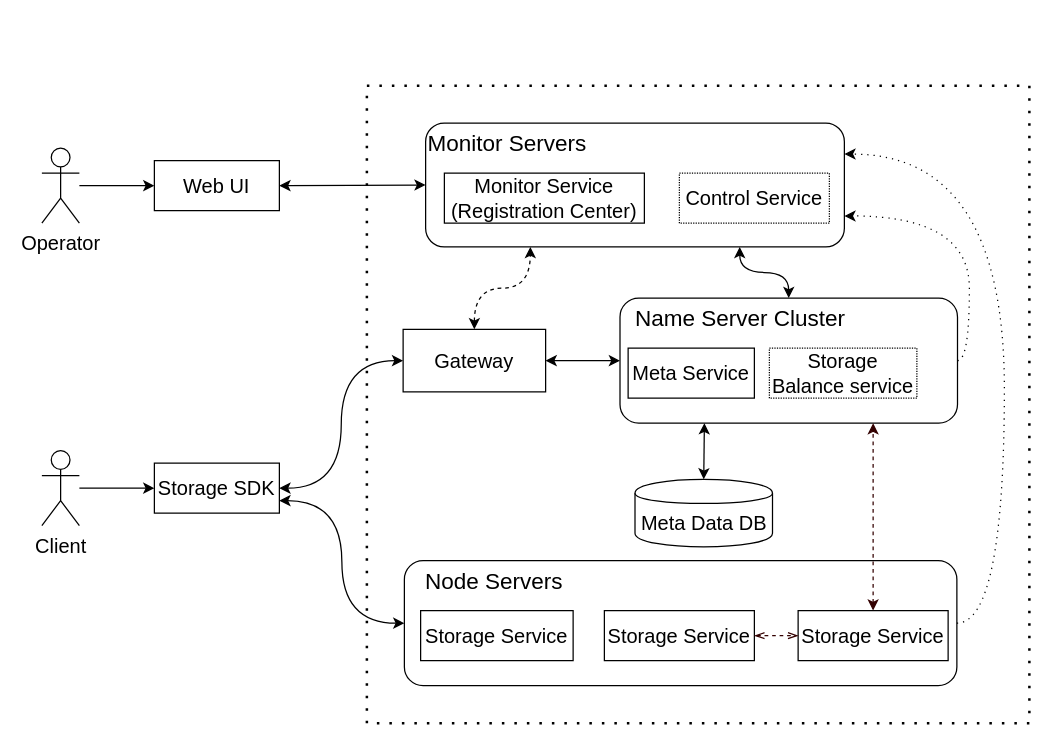
This is page "General logic" (1 of 4) of sfs.drawio from darce2014/SpringCloudConfig, a draw.io file, before an edit. Source tidied: cells renumbered, new cells numbered last; positions are measured from the earlier drawing's top-left corner, leaving out a move shared by most shapes. Both pictures are drawn from the tidied source at 125%, with x=0, y=0 at pixel (41, 85).
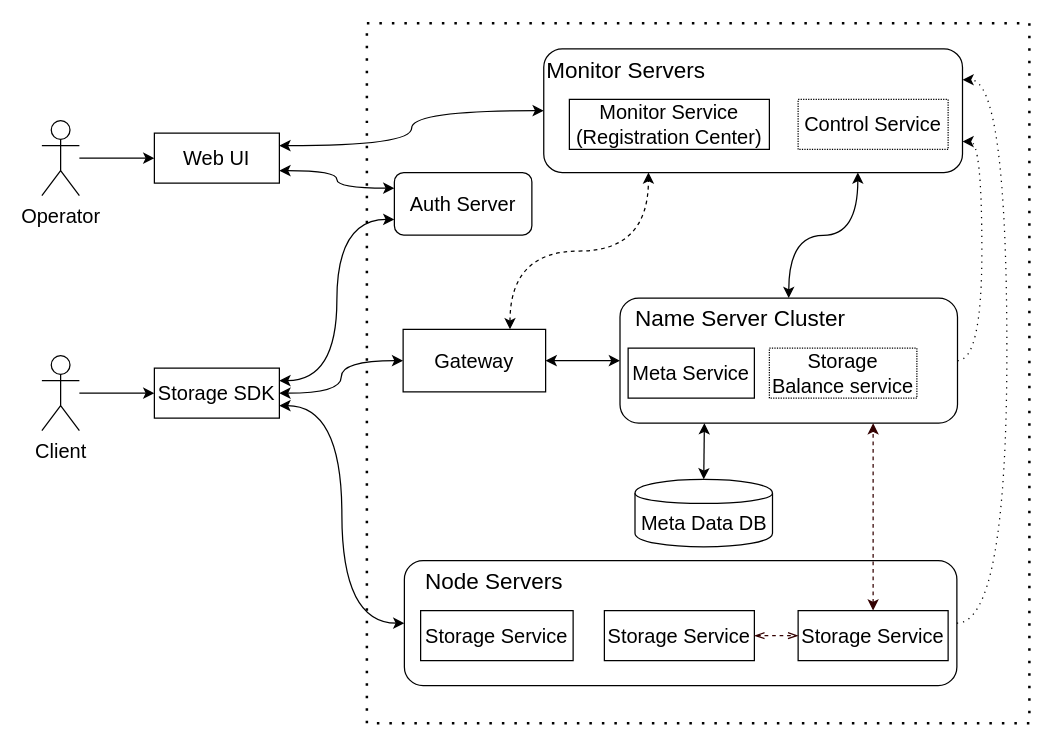
After the change.

The change refers to these unchanged cells:
```xml
<mxCell id="3" value="&amp;nbsp; Name Server Cluster" style="rounded=1;whiteSpace=wrap;html=1;fillColor=none;align=left;verticalAlign=top;fontSize=18;" parent="1" vertex="1">
  <mxGeometry x="462.5" y="170" width="270" height="100" as="geometry" />
</mxCell>
<mxCell id="6" value="&amp;nbsp; &amp;nbsp;Node Servers" style="rounded=1;whiteSpace=wrap;html=1;fillColor=none;verticalAlign=top;align=left;fontSize=18;" parent="1" vertex="1">
  <mxGeometry x="290" y="380" width="442" height="100" as="geometry" />
</mxCell>
<mxCell id="24" value="Gateway" style="rounded=0;whiteSpace=wrap;html=1;align=center;fillColor=none;fontSize=16;" parent="1" vertex="1">
  <mxGeometry x="289" y="195" width="114" height="50" as="geometry" />
</mxCell>
```

What changed in the source:
```diff
@@
     <mxCell id="2" style="rounded=0;whiteSpace=wrap;html=1;fillColor=none;dashed=1;glass=0;shadow=0;arcSize=17;dashPattern=1 4;strokeWidth=2;" parent="1" vertex="1">
-      <mxGeometry x="260" width="530" height="510" as="geometry" />
+      <mxGeometry x="260" y="-50" width="530" height="560" as="geometry" />
     </mxCell>
@@
     <mxCell id="5" value="Monitor Servers" style="rounded=1;whiteSpace=wrap;html=1;fillColor=none;align=left;horizontal=1;verticalAlign=top;fontSize=18;" parent="1" vertex="1">
-      <mxGeometry x="307" y="30" width="335" height="99" as="geometry" />
+      <mxGeometry x="401.5" y="-29.5" width="335" height="99" as="geometry" />
     </mxCell>
@@
     <mxCell id="7" style="edgeStyle=orthogonalEdgeStyle;curved=1;rounded=0;jumpStyle=arc;jettySize=auto;html=1;dashed=1;entryX=1;entryY=0.75;entryDx=0;entryDy=0;exitX=1;exitY=0.5;exitDx=0;exitDy=0;dashPattern=1 4;" parent="1" edge="1" source="3" target="5">
       <mxGeometry relative="1" as="geometry">
         <Array as="points">
-          <mxPoint x="742" y="220" />
-          <mxPoint x="742" y="104" />
+          <mxPoint x="752" y="220" />
+          <mxPoint x="752" y="45" />
         </Array>
       </mxGeometry>
     </mxCell>
@@
     <mxCell id="9" value="Storage SDK" style="rounded=0;whiteSpace=wrap;html=1;fillColor=none;fontSize=16;" parent="1" vertex="1">
-      <mxGeometry x="90" y="302" width="100" height="40" as="geometry" />
+      <mxGeometry x="90" y="226" width="100" height="40" as="geometry" />
     </mxCell>
@@
     <mxCell id="11" value="Client" style="shape=umlActor;verticalLabelPosition=bottom;labelBackgroundColor=none;verticalAlign=top;html=1;outlineConnect=0;fillColor=none;fontSize=16;" parent="1" vertex="1">
-      <mxGeometry y="292" width="30" height="60" as="geometry" />
+      <mxGeometry y="216" width="30" height="60" as="geometry" />
     </mxCell>
@@
     <mxCell id="13" style="edgeStyle=orthogonalEdgeStyle;rounded=0;jettySize=auto;html=1;jumpStyle=arc;dashed=1;curved=1;exitX=1;exitY=0.5;exitDx=0;exitDy=0;entryX=1;entryY=0.25;entryDx=0;entryDy=0;dashPattern=1 4;" parent="1" edge="1" source="6" target="5">
       <mxGeometry relative="1" as="geometry">
         <Array as="points">
-          <mxPoint x="770" y="430" />
-          <mxPoint x="770" y="55" />
+          <mxPoint x="772" y="430" />
+          <mxPoint x="772" y="-4" />
         </Array>
       </mxGeometry>
     </mxCell>
@@
     <mxCell id="18" value="Monitor Service&lt;br style=&quot;font-size: 16px;&quot;&gt;(Registration Center)" style="rounded=0;whiteSpace=wrap;html=1;fillColor=none;fontSize=16;" parent="1" vertex="1">
-      <mxGeometry x="322" y="70" width="160" height="40" as="geometry" />
+      <mxGeometry x="422" y="11" width="160" height="40" as="geometry" />
     </mxCell>
@@
     <mxCell id="20" value="Operator" style="shape=umlActor;verticalLabelPosition=bottom;labelBackgroundColor=none;verticalAlign=top;html=1;outlineConnect=0;fillColor=none;fontSize=16;" parent="1" vertex="1">
-      <mxGeometry y="50" width="30" height="60" as="geometry" />
+      <mxGeometry y="28" width="30" height="60" as="geometry" />
     </mxCell>
-    <mxCell id="21" style="edgeStyle=orthogonalEdgeStyle;curved=1;rounded=0;jettySize=auto;html=1;entryX=0;entryY=0.5;entryDx=0;entryDy=0;startArrow=classic;startFill=1;" parent="1" edge="1" source="22" target="5">
+    <mxCell id="21" style="edgeStyle=orthogonalEdgeStyle;curved=1;rounded=0;jettySize=auto;html=1;entryX=0;entryY=0.5;entryDx=0;entryDy=0;startArrow=classic;startFill=1;exitX=1;exitY=0.25;exitDx=0;exitDy=0;" parent="1" edge="1" source="22" target="5">
       <mxGeometry relative="1" as="geometry" />
     </mxCell>
     <mxCell id="22" value="Web UI" style="rounded=0;whiteSpace=wrap;html=1;fillColor=none;fontSize=16;" parent="1" vertex="1">
-      <mxGeometry x="90" y="60" width="100" height="40" as="geometry" />
+      <mxGeometry x="90" y="38" width="100" height="40" as="geometry" />
     </mxCell>
@@
     <mxCell id="28" value="Control Service" style="rounded=0;whiteSpace=wrap;html=1;shadow=0;glass=0;fillColor=none;align=center;dashed=1;fontSize=16;dashPattern=1 1;" parent="1" vertex="1">
-      <mxGeometry x="510" y="70" width="120" height="40" as="geometry" />
+      <mxGeometry x="605" y="11" width="120" height="40" as="geometry" />
     </mxCell>
-    <mxCell id="29" style="rounded=0;jettySize=auto;html=1;entryX=0.25;entryY=1;entryDx=0;entryDy=0;exitX=0.5;exitY=0;exitDx=0;exitDy=0;backgroundOutline=0;comic=0;startArrow=classic;startFill=1;edgeStyle=orthogonalEdgeStyle;curved=1;dashed=1;" parent="1" edge="1" source="24" target="5">
+    <mxCell id="29" style="rounded=0;jettySize=auto;html=1;entryX=0.25;entryY=1;entryDx=0;entryDy=0;exitX=0.75;exitY=0;exitDx=0;exitDy=0;backgroundOutline=0;comic=0;startArrow=classic;startFill=1;edgeStyle=orthogonalEdgeStyle;curved=1;dashed=1;" parent="1" edge="1" source="24" target="5">
       <mxGeometry relative="1" as="geometry" />
     </mxCell>
@@
+    <mxCell id="32" value="Auth Server" style="rounded=1;whiteSpace=wrap;html=1;fillColor=none;fontSize=16;" parent="1" vertex="1">
+      <mxGeometry x="282" y="69.5" width="110" height="50" as="geometry" />
+    </mxCell>
+    <mxCell id="33" style="rounded=0;jettySize=auto;html=1;exitX=1;exitY=0.75;exitDx=0;exitDy=0;entryX=0;entryY=0.25;entryDx=0;entryDy=0;edgeStyle=orthogonalEdgeStyle;curved=1;startArrow=classic;startFill=1;" parent="1" edge="1" source="22" target="32">
+      <mxGeometry relative="1" as="geometry" />
+    </mxCell>
+    <mxCell id="34" style="rounded=0;jettySize=auto;html=1;exitX=1;exitY=0.25;exitDx=0;exitDy=0;entryX=0;entryY=0.75;entryDx=0;entryDy=0;edgeStyle=orthogonalEdgeStyle;curved=1;startArrow=classic;startFill=1;" parent="1" edge="1" source="9" target="32">
+      <mxGeometry relative="1" as="geometry" />
+    </mxCell>
```
